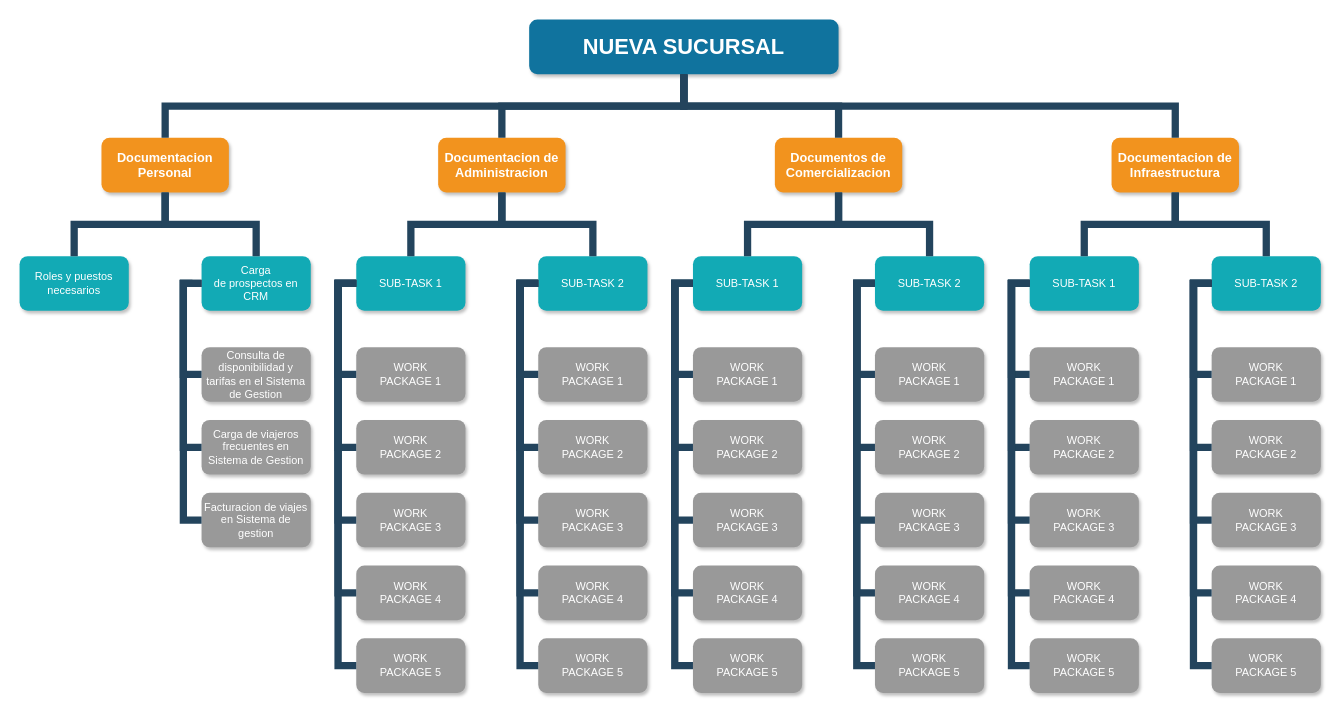
The draw.io diagram Untitled Diagram.drawio in spawn1978/teclab, before the edit. Source tidied: cells renumbered, new cells numbered last; positions are measured from the earlier drawing's top-left corner, leaving out a move shared by most shapes. Both pictures are drawn from the tidied source at 91%, with x=0, y=0 at pixel (19, 19).
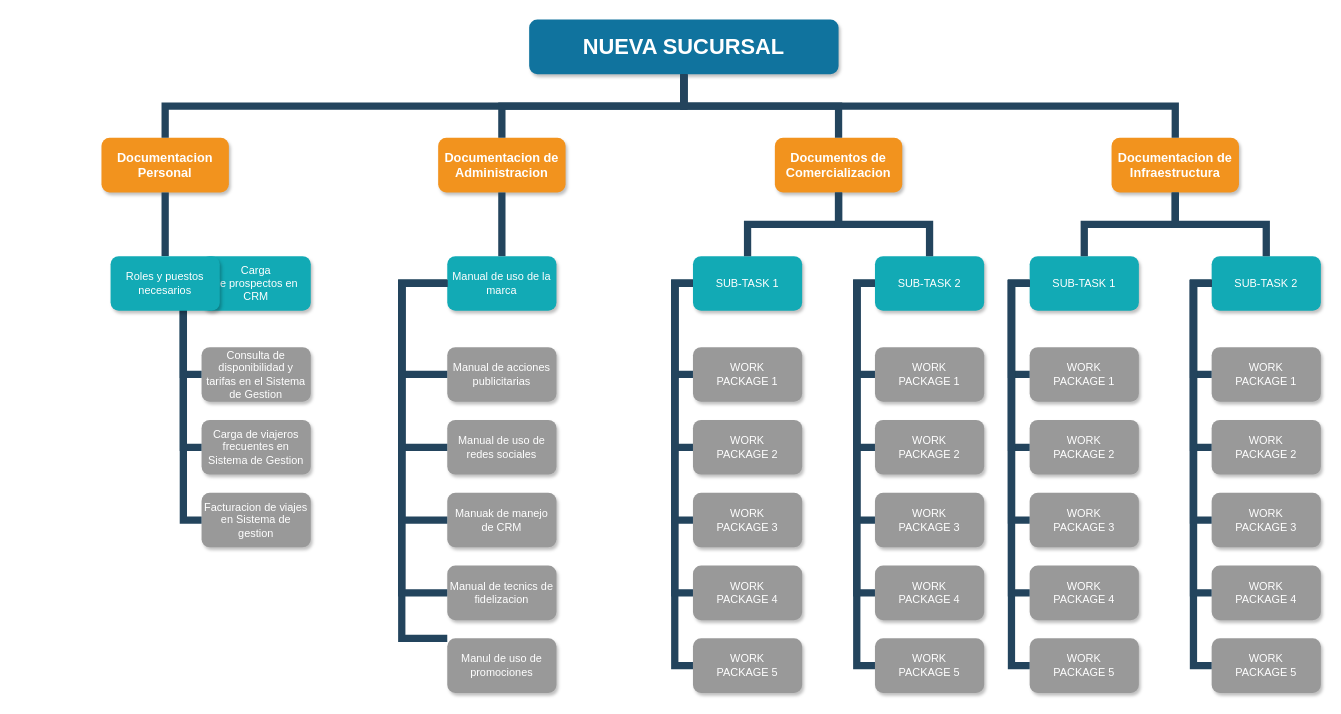
After the change.

Unchanged cells that the change refers to:
```xml
<mxCell id="3" value="Documentacion Personal" style="whiteSpace=wrap;rounded=1;fillColor=#F2931E;strokeColor=none;shadow=1;fontColor=#FFFFFF;fontStyle=1;fontSize=14;" parent="1" vertex="1">
  <mxGeometry x="90" y="130" width="140" height="60" as="geometry" />
</mxCell>
<mxCell id="4" value="Documentacion de Administracion" style="whiteSpace=wrap;rounded=1;fillColor=#F2931E;strokeColor=none;shadow=1;fontColor=#FFFFFF;fontStyle=1;fontSize=14;" parent="1" vertex="1">
  <mxGeometry x="460" y="130" width="140" height="60" as="geometry" />
</mxCell>
<mxCell id="8" value="Carga &#10;de prospectos en CRM" style="whiteSpace=wrap;rounded=1;fillColor=#12AAB5;strokeColor=none;shadow=1;fontColor=#FFFFFF;" parent="1" vertex="1">
  <mxGeometry x="200" y="260" width="120" height="60" as="geometry" />
</mxCell>
<mxCell id="11" value="Facturacion de viajes en Sistema de gestion" style="whiteSpace=wrap;rounded=1;fillColor=#999999;strokeColor=none;shadow=1;fontColor=#FFFFFF;fontStyle=0;" parent="1" vertex="1">
  <mxGeometry x="200" y="520" width="120" height="60" as="geometry" />
</mxCell>
```

What changed in the source:
```diff
@@
-    <mxCell id="7" value="Roles y puestos necesarios" style="whiteSpace=wrap;rounded=1;fillColor=#12AAB5;strokeColor=none;shadow=1;fontColor=#FFFFFF;" parent="1" vertex="1">
-      <mxGeometry y="260" width="120" height="60" as="geometry" />
-    </mxCell>
@@
-    <mxCell id="12" value="SUB-TASK 1" style="whiteSpace=wrap;rounded=1;fillColor=#12AAB5;strokeColor=none;shadow=1;fontColor=#FFFFFF;" parent="1" vertex="1">
-      <mxGeometry x="370" y="260" width="120" height="60" as="geometry" />
+    <mxCell id="12" value="Manual de uso de la marca" style="whiteSpace=wrap;rounded=1;fillColor=#12AAB5;strokeColor=none;shadow=1;fontColor=#FFFFFF;" parent="1" vertex="1">
+      <mxGeometry x="470" y="260" width="120" height="60" as="geometry" />
     </mxCell>
-    <mxCell id="13" value="SUB-TASK 2" style="whiteSpace=wrap;rounded=1;fillColor=#12AAB5;strokeColor=none;shadow=1;fontColor=#FFFFFF;" parent="1" vertex="1">
-      <mxGeometry x="570" y="260" width="120" height="60" as="geometry" />
-    </mxCell>
-    <mxCell id="14" value="WORK&#10;PACKAGE 1" style="whiteSpace=wrap;rounded=1;fillColor=#999999;strokeColor=none;shadow=1;fontColor=#FFFFFF;fontStyle=0;" parent="1" vertex="1">
-      <mxGeometry x="370" y="360" width="120" height="60" as="geometry" />
+    <mxCell id="14" value="Manual de acciones publicitarias" style="whiteSpace=wrap;rounded=1;fillColor=#999999;strokeColor=none;shadow=1;fontColor=#FFFFFF;fontStyle=0;" parent="1" vertex="1">
+      <mxGeometry x="470" y="360" width="120" height="60" as="geometry" />
     </mxCell>
-    <mxCell id="15" value="WORK&#10;PACKAGE 2" style="whiteSpace=wrap;rounded=1;fillColor=#999999;strokeColor=none;shadow=1;fontColor=#FFFFFF;fontStyle=0;" parent="1" vertex="1">
-      <mxGeometry x="370" y="440" width="120" height="60" as="geometry" />
+    <mxCell id="15" value="Manual de uso de redes sociales" style="whiteSpace=wrap;rounded=1;fillColor=#999999;strokeColor=none;shadow=1;fontColor=#FFFFFF;fontStyle=0;" parent="1" vertex="1">
+      <mxGeometry x="470" y="440" width="120" height="60" as="geometry" />
     </mxCell>
-    <mxCell id="16" value="WORK&#10;PACKAGE 3" style="whiteSpace=wrap;rounded=1;fillColor=#999999;strokeColor=none;shadow=1;fontColor=#FFFFFF;fontStyle=0;" parent="1" vertex="1">
-      <mxGeometry x="370" y="520" width="120" height="60" as="geometry" />
+    <mxCell id="16" value="Manuak de manejo de CRM" style="whiteSpace=wrap;rounded=1;fillColor=#999999;strokeColor=none;shadow=1;fontColor=#FFFFFF;fontStyle=0;" parent="1" vertex="1">
+      <mxGeometry x="470" y="520" width="120" height="60" as="geometry" />
     </mxCell>
-    <mxCell id="17" value="WORK&#10;PACKAGE 4" style="whiteSpace=wrap;rounded=1;fillColor=#999999;strokeColor=none;shadow=1;fontColor=#FFFFFF;fontStyle=0;" parent="1" vertex="1">
-      <mxGeometry x="370" y="600" width="120" height="60" as="geometry" />
+    <mxCell id="17" value="Manual de tecnics de fidelizacion" style="whiteSpace=wrap;rounded=1;fillColor=#999999;strokeColor=none;shadow=1;fontColor=#FFFFFF;fontStyle=0;" parent="1" vertex="1">
+      <mxGeometry x="470" y="600" width="120" height="60" as="geometry" />
     </mxCell>
-    <mxCell id="18" value="WORK&#10;PACKAGE 5" style="whiteSpace=wrap;rounded=1;fillColor=#999999;strokeColor=none;shadow=1;fontColor=#FFFFFF;fontStyle=0;" parent="1" vertex="1">
-      <mxGeometry x="370" y="680" width="120" height="60" as="geometry" />
+    <mxCell id="18" value="Manul de uso de promociones" style="whiteSpace=wrap;rounded=1;fillColor=#999999;strokeColor=none;shadow=1;fontColor=#FFFFFF;fontStyle=0;" parent="1" vertex="1">
+      <mxGeometry x="470" y="680" width="120" height="60" as="geometry" />
     </mxCell>
-    <mxCell id="19" value="WORK&#10;PACKAGE 1" style="whiteSpace=wrap;rounded=1;fillColor=#999999;strokeColor=none;shadow=1;fontColor=#FFFFFF;fontStyle=0;" parent="1" vertex="1">
-      <mxGeometry x="570" y="360" width="120" height="60" as="geometry" />
-    </mxCell>
-    <mxCell id="20" value="WORK&#10;PACKAGE 2" style="whiteSpace=wrap;rounded=1;fillColor=#999999;strokeColor=none;shadow=1;fontColor=#FFFFFF;fontStyle=0;" parent="1" vertex="1">
-      <mxGeometry x="570" y="440" width="120" height="60" as="geometry" />
-    </mxCell>
-    <mxCell id="21" value="WORK&#10;PACKAGE 3" style="whiteSpace=wrap;rounded=1;fillColor=#999999;strokeColor=none;shadow=1;fontColor=#FFFFFF;fontStyle=0;" parent="1" vertex="1">
-      <mxGeometry x="570" y="520" width="120" height="60" as="geometry" />
-    </mxCell>
-    <mxCell id="22" value="WORK&#10;PACKAGE 4" style="whiteSpace=wrap;rounded=1;fillColor=#999999;strokeColor=none;shadow=1;fontColor=#FFFFFF;fontStyle=0;" parent="1" vertex="1">
-      <mxGeometry x="570" y="600" width="120" height="60" as="geometry" />
-    </mxCell>
-    <mxCell id="23" value="WORK&#10;PACKAGE 5" style="whiteSpace=wrap;rounded=1;fillColor=#999999;strokeColor=none;shadow=1;fontColor=#FFFFFF;fontStyle=0;" parent="1" vertex="1">
-      <mxGeometry x="570" y="680" width="120" height="60" as="geometry" />
-    </mxCell>
@@
-    <mxCell id="25" style="edgeStyle=elbowEdgeStyle;elbow=vertical;rounded=0;fontColor=#000000;endArrow=none;endFill=0;strokeWidth=8;strokeColor=#23445D;" parent="1" edge="1" source="3" target="8">
-      <mxGeometry relative="1" as="geometry" />
-    </mxCell>
@@
-    <mxCell id="28" style="edgeStyle=elbowEdgeStyle;elbow=horizontal;rounded=0;fontColor=#000000;endArrow=none;endFill=0;strokeWidth=8;strokeColor=#23445D;" parent="1" edge="1" source="8" target="11">
+    <mxCell id="28" style="edgeStyle=elbowEdgeStyle;elbow=horizontal;rounded=0;fontColor=#000000;endArrow=none;endFill=0;strokeWidth=8;strokeColor=#23445D;" parent="1" edge="1" source="7" target="11">
       <mxGeometry relative="1" as="geometry">
         <Array as="points">
           <mxPoint x="180" y="420" />
         </Array>
       </mxGeometry>
     </mxCell>
@@
-    <mxCell id="30" style="edgeStyle=elbowEdgeStyle;elbow=vertical;rounded=0;fontColor=#000000;endArrow=none;endFill=0;strokeWidth=8;strokeColor=#23445D;" parent="1" edge="1" source="4" target="13">
-      <mxGeometry relative="1" as="geometry" />
-    </mxCell>
     <mxCell id="31" style="edgeStyle=elbowEdgeStyle;elbow=horizontal;rounded=0;fontColor=#000000;endArrow=none;endFill=0;strokeWidth=8;strokeColor=#23445D;" parent="1" edge="1" source="12" target="14">
       <mxGeometry relative="1" as="geometry">
         <Array as="points">
+          <mxPoint x="420" y="330" />
           <mxPoint x="350" y="340" />
         </Array>
       </mxGeometry>
     </mxCell>
     <mxCell id="32" style="edgeStyle=elbowEdgeStyle;elbow=horizontal;rounded=0;fontColor=#000000;endArrow=none;endFill=0;strokeWidth=8;strokeColor=#23445D;" parent="1" edge="1" source="12" target="15">
       <mxGeometry relative="1" as="geometry">
         <Array as="points">
+          <mxPoint x="420" y="360" />
           <mxPoint x="350" y="380" />
         </Array>
       </mxGeometry>
     </mxCell>
     <mxCell id="33" style="edgeStyle=elbowEdgeStyle;elbow=horizontal;rounded=0;fontColor=#000000;endArrow=none;endFill=0;strokeWidth=8;strokeColor=#23445D;" parent="1" edge="1" source="12" target="18">
       <mxGeometry relative="1" as="geometry">
         <Array as="points">
+          <mxPoint x="420" y="680" />
           <mxPoint x="350" y="510" />
         </Array>
       </mxGeometry>
     </mxCell>
     <mxCell id="34" style="edgeStyle=elbowEdgeStyle;elbow=horizontal;rounded=0;fontColor=#000000;endArrow=none;endFill=0;strokeWidth=8;strokeColor=#23445D;" parent="1" edge="1" source="12" target="17">
       <mxGeometry relative="1" as="geometry">
         <Array as="points">
+          <mxPoint x="420" y="630" />
           <mxPoint x="350" y="460" />
         </Array>
       </mxGeometry>
     </mxCell>
     <mxCell id="35" style="edgeStyle=elbowEdgeStyle;elbow=horizontal;rounded=0;fontColor=#000000;endArrow=none;endFill=0;strokeWidth=8;strokeColor=#23445D;" parent="1" edge="1" source="12" target="16">
       <mxGeometry relative="1" as="geometry">
         <Array as="points">
+          <mxPoint x="420" y="510" />
           <mxPoint x="350" y="430" />
         </Array>
       </mxGeometry>
     </mxCell>
-    <mxCell id="36" style="edgeStyle=elbowEdgeStyle;elbow=horizontal;rounded=0;fontColor=#000000;endArrow=none;endFill=0;strokeWidth=8;strokeColor=#23445D;" parent="1" edge="1" source="13" target="19">
-      <mxGeometry relative="1" as="geometry">
-        <Array as="points">
-          <mxPoint x="550" y="340" />
-        </Array>
-      </mxGeometry>
-    </mxCell>
-    <mxCell id="37" style="edgeStyle=elbowEdgeStyle;elbow=horizontal;rounded=0;fontColor=#000000;endArrow=none;endFill=0;strokeWidth=8;strokeColor=#23445D;" parent="1" edge="1" source="13" target="20">
-      <mxGeometry relative="1" as="geometry">
-        <Array as="points">
-          <mxPoint x="550" y="380" />
-        </Array>
-      </mxGeometry>
-    </mxCell>
-    <mxCell id="38" style="edgeStyle=elbowEdgeStyle;elbow=horizontal;rounded=0;fontColor=#000000;endArrow=none;endFill=0;strokeWidth=8;strokeColor=#23445D;" parent="1" edge="1" source="13" target="23">
-      <mxGeometry relative="1" as="geometry">
-        <Array as="points">
-          <mxPoint x="550" y="500" />
-        </Array>
-      </mxGeometry>
-    </mxCell>
-    <mxCell id="39" style="edgeStyle=elbowEdgeStyle;elbow=horizontal;rounded=0;fontColor=#000000;endArrow=none;endFill=0;strokeWidth=8;strokeColor=#23445D;" parent="1" edge="1" source="13" target="22">
-      <mxGeometry relative="1" as="geometry">
-        <Array as="points">
-          <mxPoint x="550" y="460" />
-        </Array>
-      </mxGeometry>
-    </mxCell>
-    <mxCell id="40" style="edgeStyle=elbowEdgeStyle;elbow=horizontal;rounded=0;fontColor=#000000;endArrow=none;endFill=0;strokeWidth=8;strokeColor=#23445D;" parent="1" edge="1" source="13" target="21">
-      <mxGeometry relative="1" as="geometry">
-        <Array as="points">
-          <mxPoint x="550" y="430" />
-        </Array>
-      </mxGeometry>
-    </mxCell>
@@
+    <mxCell id="7" value="Roles y puestos necesarios" style="whiteSpace=wrap;rounded=1;fillColor=#12AAB5;strokeColor=none;shadow=1;fontColor=#FFFFFF;" parent="1" vertex="1">
+      <mxGeometry x="100" y="260" width="120" height="60" as="geometry" />
+    </mxCell>
+    <mxCell id="93" style="edgeStyle=elbowEdgeStyle;elbow=horizontal;rounded=0;fontColor=#000000;endArrow=none;endFill=0;strokeWidth=8;strokeColor=#23445D;" parent="1" edge="1" source="8" target="7">
+      <mxGeometry relative="1" as="geometry" />
+    </mxCell>
```
